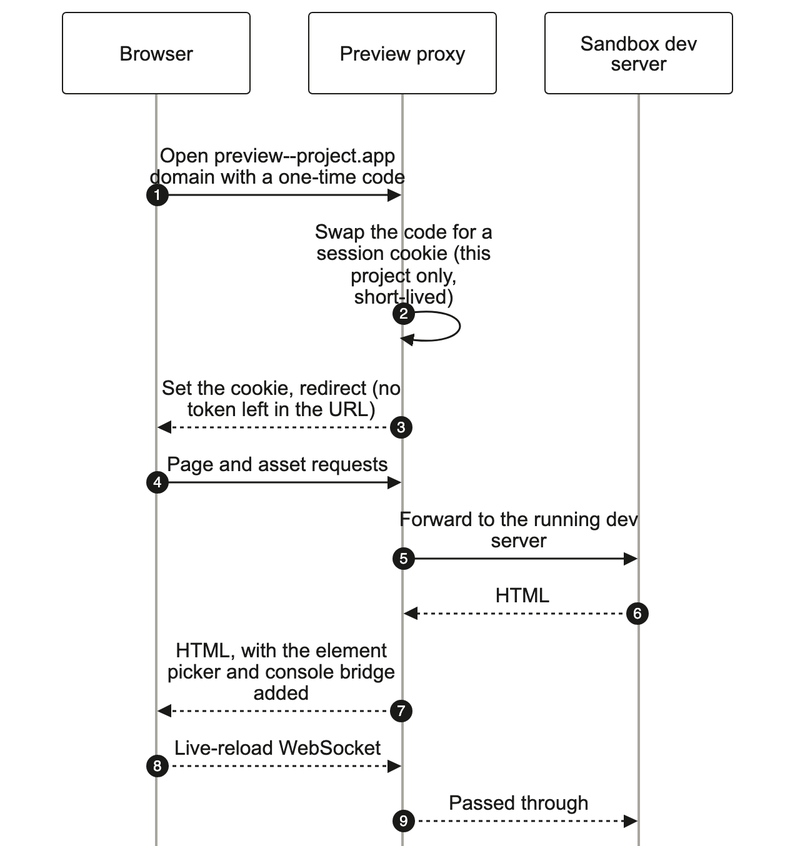
Earlier version of the Mermaid export docs/product/diagrams/A4-preview-path.png (netanyaj/architect-2). Its source is kept beside it as docs/product/diagrams/src/A4-preview-path.mmd.
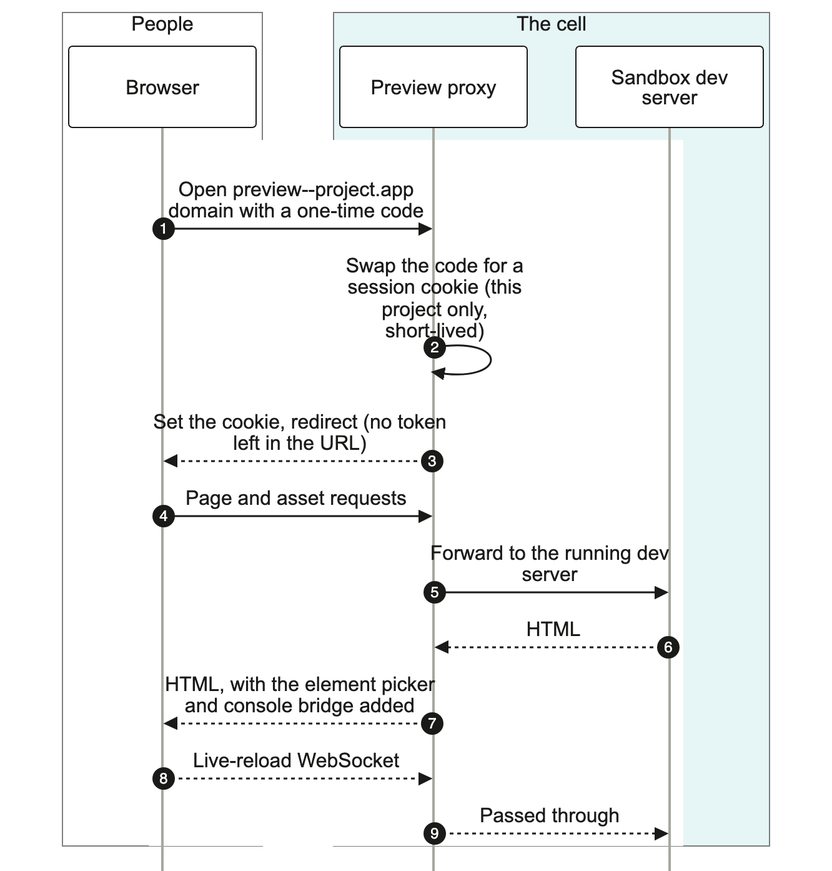
The same file after the commit.

The edit, as a diff of the source:
```diff
@@ -1,9 +1,13 @@
-%%{init: {"theme":"base","themeVariables":{"fontFamily":"Arial","fontSize":"15px","primaryColor":"#FFFFFF","primaryBorderColor":"#1A1A19","primaryTextColor":"#1A1A19","lineColor":"#1A1A19","secondaryColor":"#FFFFFF","tertiaryColor":"#FFFFFF","clusterBkg":"#F5F4F0","clusterBorder":"#D6D4CC","edgeLabelBackground":"#FFFFFF","actorBkg":"#FFFFFF","actorBorder":"#1A1A19","actorTextColor":"#1A1A19","actorLineColor":"#A8A69F","signalColor":"#1A1A19","signalTextColor":"#1A1A19","noteBkgColor":"#F5F4F0","noteBorderColor":"#D6D4CC","noteTextColor":"#42413D","labelBoxBkgColor":"#FFFFFF","labelBoxBorderColor":"#1A1A19","labelTextColor":"#1A1A19","loopTextColor":"#1A1A19","activationBkgColor":"#F5F4F0","activationBorderColor":"#1A1A19","sequenceNumberColor":"#FFFFFF"},"sequence":{"mirrorActors":false,"actorMargin":36,"wrap":true,"width":150}}}%%
+%%{init: {"theme":"base","themeVariables":{"fontFamily":"Arial","fontSize":"15px","primaryColor":"#FFFFFF","primaryBorderColor":"#1A1A19","primaryTextColor":"#1A1A19","lineColor":"#1A1A19","secondaryColor":"#FFFFFF","tertiaryColor":"#FFFFFF","clusterBkg":"#FFFFFF","clusterBorder":"#D6D4CC","edgeLabelBackground":"#FFFFFF","actorBkg":"#FFFFFF","actorBorder":"#1A1A19","actorTextColor":"#1A1A19","actorLineColor":"#A8A69F","signalColor":"#1A1A19","signalTextColor":"#1A1A19","noteBkgColor":"#FFFFFF","noteBorderColor":"#D6D4CC","noteTextColor":"#1A1A19","labelBoxBkgColor":"#FFFFFF","labelBoxBorderColor":"#1A1A19","labelTextColor":"#1A1A19","loopTextColor":"#1A1A19","activationBkgColor":"#F5F4F0","activationBorderColor":"#1A1A19","sequenceNumberColor":"#FFFFFF","textColor":"#1A1A19","titleColor":"#1A1A19","nodeTextColor":"#1A1A19"},"sequence":{"mirrorActors":false,"actorMargin":36,"wrap":true,"width":150}}}%%
 sequenceDiagram
   autonumber
-  participant B as Browser
-  participant PX as Preview proxy
-  participant SB as Sandbox dev server
+  box rgb(255, 255, 255) People
+    participant B as Browser
+  end
+  box rgb(230, 245, 246) The cell
+    participant PX as Preview proxy
+    participant SB as Sandbox dev server
+  end
   rect rgb(255, 255, 255)
     B->>PX: Open preview--project.app domain with a one-time code
     PX->>PX: Swap the code for a session cookie (this project only, short-lived)
```
